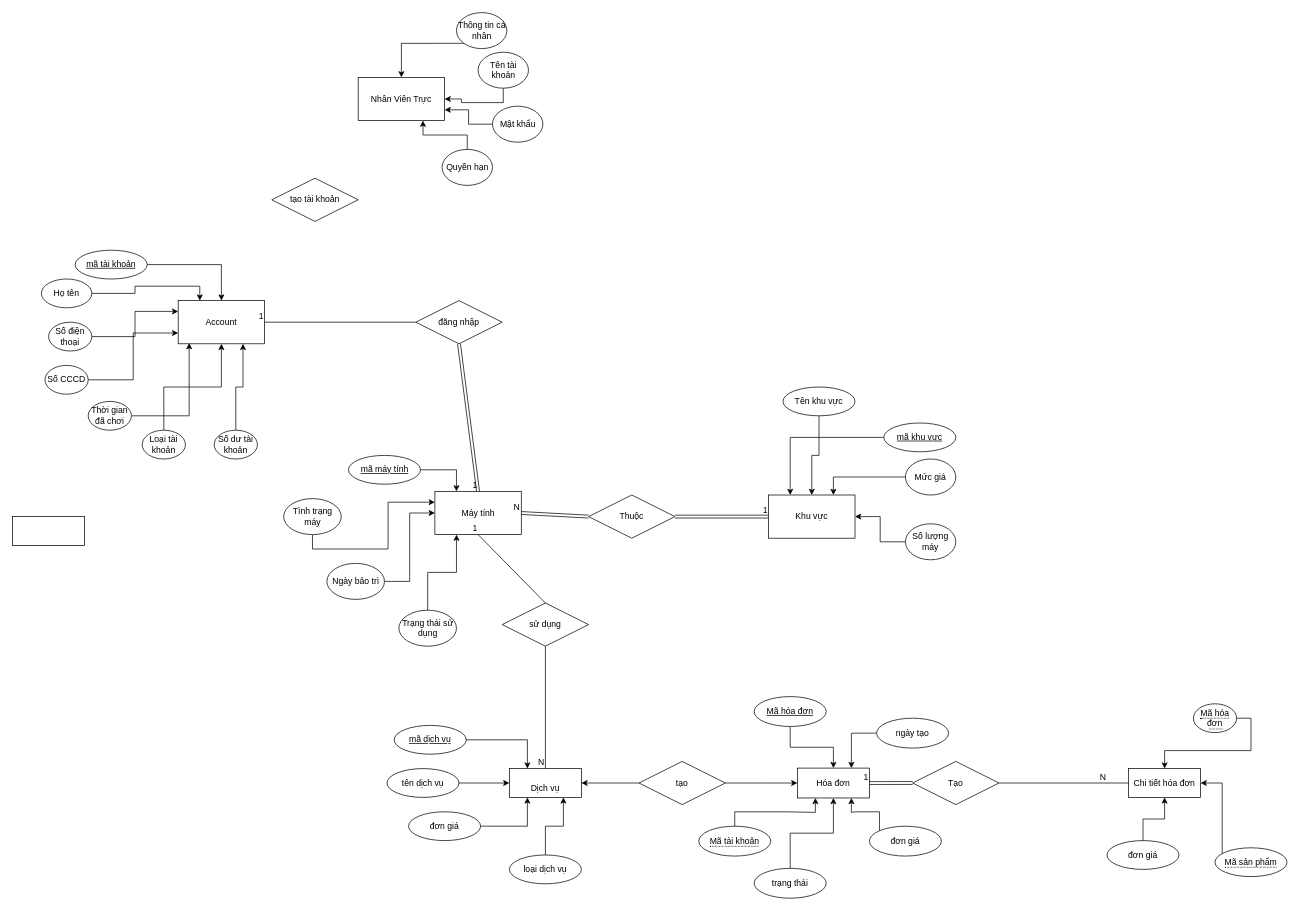
Above: Untitled Diagram.drawio in dunkvippro/QuanlyNet (draw.io), before the change. Source tidied: cells renumbered, new cells numbered last; positions are measured from the earlier drawing's top-left corner, leaving out a move shared by most shapes. Both pictures are drawn from the tidied source at 72%, with x=0, y=0 at pixel (12, 12).
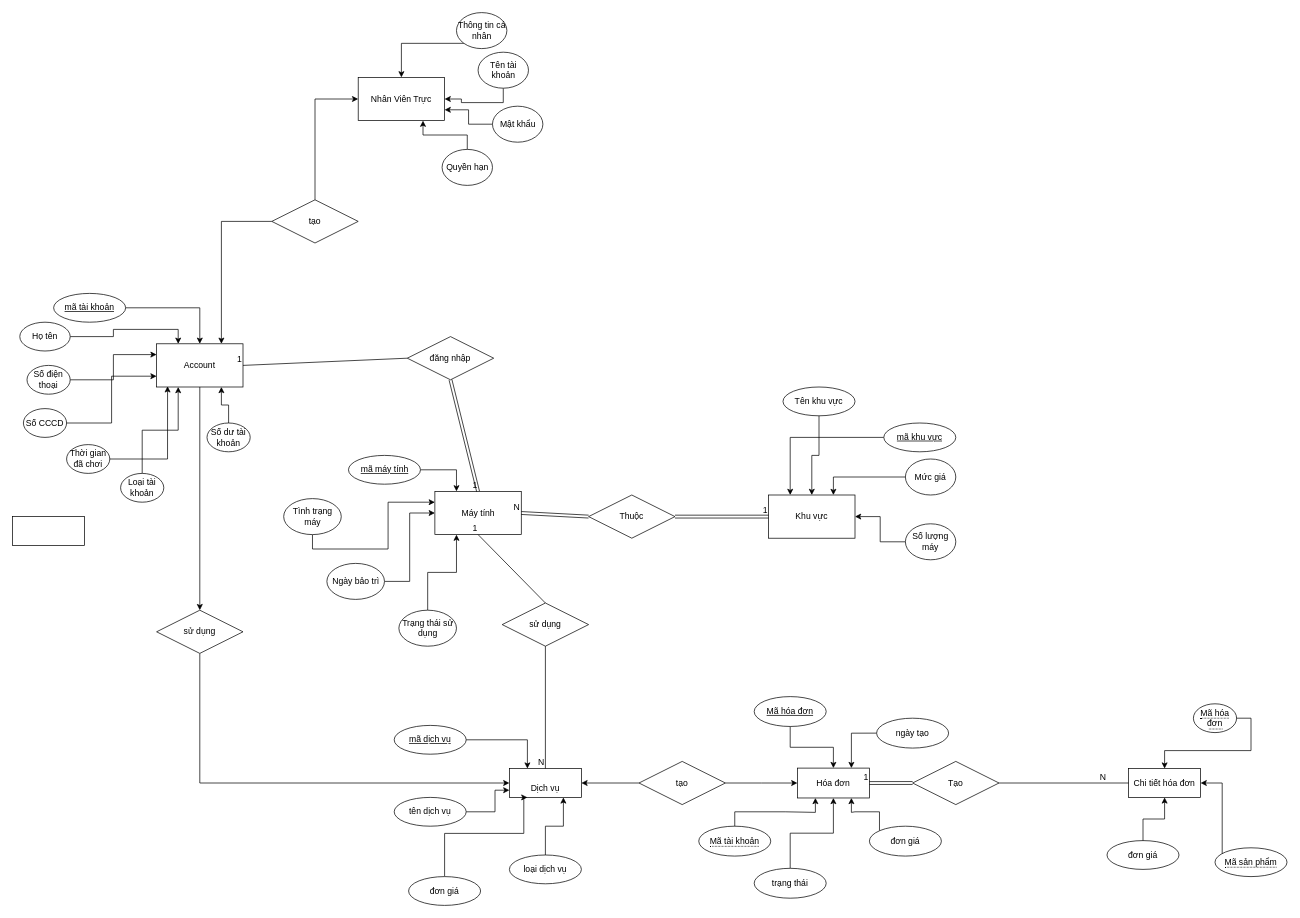
The same page after the edit.

The change refers to these unchanged cells:
```xml
<mxCell id="23" value="Nhân Viên Trực" style="rounded=0;whiteSpace=wrap;html=1;" parent="22" vertex="1">
  <mxGeometry y="90" width="120" height="60" as="geometry" />
</mxCell>
<mxCell id="37" style="group;" parent="1" vertex="1">
  <mxGeometry x="520" y="990" width="270" height="220" as="geometry" />
</mxCell>
<mxCell id="38" value="&lt;br&gt;Dịch vụ" style="whiteSpace=wrap;html=1;align=center;" parent="37" vertex="1">
  <mxGeometry x="170" y="60" width="100" height="40" as="geometry" />
</mxCell>
<mxCell id="68" value="Account" style="rounded=0;whiteSpace=wrap;html=1;" parent="67" vertex="1">
  <mxGeometry x="190" y="100" width="120" height="60" as="geometry" />
</mxCell>
<mxCell id="81" value="Loại tài khoản" style="ellipse;whiteSpace=wrap;html=1;" parent="67" vertex="1">
  <mxGeometry x="140" y="280" width="60" height="40" as="geometry" />
</mxCell>
```

The edit, as a diff of the source:
```diff
@@
-    <mxCell id="41" style="edgeStyle=orthogonalEdgeStyle;rounded=0;jettySize=auto;html=1;entryX=0;entryY=0.5;entryDx=0;entryDy=0;" parent="37" edge="1" source="42" target="38">
-      <mxGeometry relative="1" as="geometry" />
+    <mxCell id="41" style="edgeStyle=orthogonalEdgeStyle;rounded=0;jettySize=auto;html=1;entryX=0;entryY=0.75;entryDx=0;entryDy=0;" parent="37" edge="1" source="42" target="38">
+      <mxGeometry relative="1" as="geometry">
+        <Array as="points">
+          <mxPoint x="150" y="120" />
+          <mxPoint x="150" y="90" />
+        </Array>
+      </mxGeometry>
     </mxCell>
     <mxCell id="42" value="tên dịch vụ" style="ellipse;whiteSpace=wrap;html=1;align=center;" parent="37" vertex="1">
-      <mxGeometry y="60" width="100" height="40" as="geometry" />
+      <mxGeometry x="10" y="100" width="100" height="40" as="geometry" />
     </mxCell>
     <mxCell id="43" style="edgeStyle=orthogonalEdgeStyle;rounded=0;jettySize=auto;html=1;entryX=0.25;entryY=1;entryDx=0;entryDy=0;" parent="37" edge="1" source="44" target="38">
-      <mxGeometry relative="1" as="geometry" />
+      <mxGeometry relative="1" as="geometry">
+        <Array as="points">
+          <mxPoint x="80" y="150" />
+          <mxPoint x="190" y="150" />
+          <mxPoint x="190" y="100" />
+        </Array>
+      </mxGeometry>
     </mxCell>
     <mxCell id="44" value="đơn giá" style="ellipse;whiteSpace=wrap;html=1;align=center;" parent="37" vertex="1">
-      <mxGeometry x="30" y="120" width="100" height="40" as="geometry" />
+      <mxGeometry x="30" y="210" width="100" height="40" as="geometry" />
     </mxCell>
@@
     <mxCell id="67" style="group;" parent="1" vertex="1">
-      <mxGeometry x="40" y="300" width="310" height="320" as="geometry" />
+      <mxGeometry x="10" y="360" width="310" height="320" as="geometry" />
     </mxCell>
@@
     <mxCell id="77" value="Số dư tài khoản" style="ellipse;whiteSpace=wrap;html=1;" parent="67" vertex="1">
-      <mxGeometry x="240" y="280" width="60" height="40" as="geometry" />
+      <mxGeometry x="260" y="210" width="60" height="40" as="geometry" />
     </mxCell>
@@
-    <mxCell id="80" style="edgeStyle=orthogonalEdgeStyle;rounded=0;jettySize=auto;html=1;exitX=0.5;exitY=0;exitDx=0;exitDy=0;entryX=0.5;entryY=1;entryDx=0;entryDy=0;" parent="67" edge="1" source="81" target="68">
+    <mxCell id="80" style="edgeStyle=orthogonalEdgeStyle;rounded=0;jettySize=auto;html=1;exitX=0.5;exitY=0;exitDx=0;exitDy=0;entryX=0.25;entryY=1;entryDx=0;entryDy=0;" parent="67" edge="1" source="81" target="68">
       <mxGeometry relative="1" as="geometry" />
     </mxCell>
@@
     <mxCell id="83" value="đăng nhập" style="shape=rhombus;perimeter=rhombusPerimeter;whiteSpace=wrap;html=1;align=center;" parent="1" vertex="1">
-      <mxGeometry x="560" y="400" width="120" height="60" as="geometry" />
+      <mxGeometry x="548.2" y="450" width="120" height="60" as="geometry" />
     </mxCell>
@@
+    <mxCell id="104" style="edgeStyle=orthogonalEdgeStyle;rounded=0;jettySize=auto;html=1;entryX=0.75;entryY=0;entryDx=0;entryDy=0;" parent="1" edge="1" source="88" target="68">
+      <mxGeometry relative="1" as="geometry" />
+    </mxCell>
+    <mxCell id="105" style="edgeStyle=orthogonalEdgeStyle;rounded=0;jettySize=auto;html=1;entryX=0;entryY=0.5;entryDx=0;entryDy=0;" parent="1" edge="1" source="88" target="23">
+      <mxGeometry relative="1" as="geometry" />
+    </mxCell>
-    <mxCell id="88" value="tạo tài khoản" style="shape=rhombus;perimeter=rhombusPerimeter;whiteSpace=wrap;html=1;align=center;" parent="1" vertex="1">
-      <mxGeometry x="360" y="230" width="120" height="60" as="geometry" />
+    <mxCell id="88" value="tạo" style="shape=rhombus;perimeter=rhombusPerimeter;whiteSpace=wrap;html=1;align=center;" parent="1" vertex="1">
+      <mxGeometry x="360" y="260" width="120" height="60" as="geometry" />
     </mxCell>
@@
+    <mxCell id="106" style="edgeStyle=orthogonalEdgeStyle;rounded=0;jettySize=auto;html=1;entryX=0;entryY=0.5;entryDx=0;entryDy=0;exitX=0.5;exitY=1;exitDx=0;exitDy=0;" parent="1" edge="1" source="107" target="38">
+      <mxGeometry relative="1" as="geometry" />
+    </mxCell>
+    <mxCell id="107" value="sử dụng" style="shape=rhombus;perimeter=rhombusPerimeter;whiteSpace=wrap;html=1;align=center;" parent="1" vertex="1">
+      <mxGeometry x="200" y="830" width="120" height="60" as="geometry" />
+    </mxCell>
+    <mxCell id="108" style="edgeStyle=orthogonalEdgeStyle;rounded=0;jettySize=auto;html=1;entryX=0.5;entryY=0;entryDx=0;entryDy=0;" parent="1" edge="1" source="68" target="107">
+      <mxGeometry relative="1" as="geometry" />
+    </mxCell>
```
